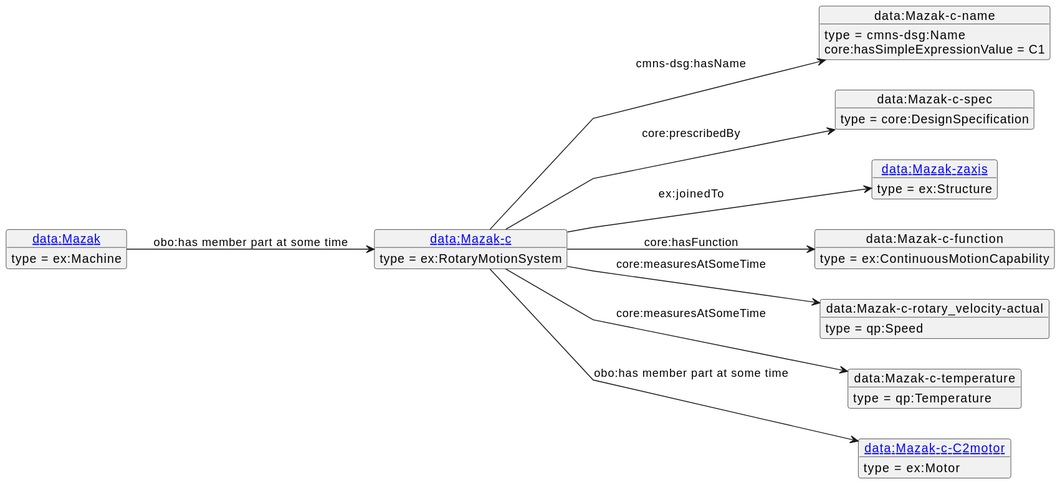
Before: diagrams/Mazak-c.svg, a diagram exported from PlantUML (iofoundry/example-syseng-mtconnect). The source it was exported from:
```plantuml
@startuml
skinparam linetype polyline
left to right direction
object "[[./Mazak-c.html data:Mazak-c]]" as o1 {
 type = ex:RotaryMotionSystem
 }
object "data:Mazak-c-name" as o2 {
 type = cmns-dsg:Name
 }
object "data:Mazak-c-spec" as o3 {
 type = core:DesignSpecification
 }
object "[[./Mazak-zaxis.html data:Mazak-zaxis]]" as o4 {
 type = ex:Structure
 }
object "data:Mazak-c-function" as o5 {
 type = ex:ContinuousMotionCapability
 }
object "data:Mazak-c-rotary_velocity-actual" as o6 {
 type = qp:Speed
 }
object "data:Mazak-c-temperature" as o7 {
 type = qp:Temperature
 }
object "[[./Mazak-c-C2motor.html data:Mazak-c-C2motor]]" as o8 {
 type = ex:Motor
 }
object "[[./Mazak.html data:Mazak]]" as o9 {
 type = ex:Machine
 }
o1 --> o2 : cmns-dsg:hasName
o2 : core:hasSimpleExpressionValue = C1
o1 --> o3 : core:prescribedBy
o1 --> o4 : ex:joinedTo
o1 --> o5 : core:hasFunction
o1 --> o6 : core:measuresAtSomeTime
o1 --> o7 : core:measuresAtSomeTime
o1 --> o8 : obo:has member part at some time
o9 --> o1 : obo:has member part at some time
@enduml
```
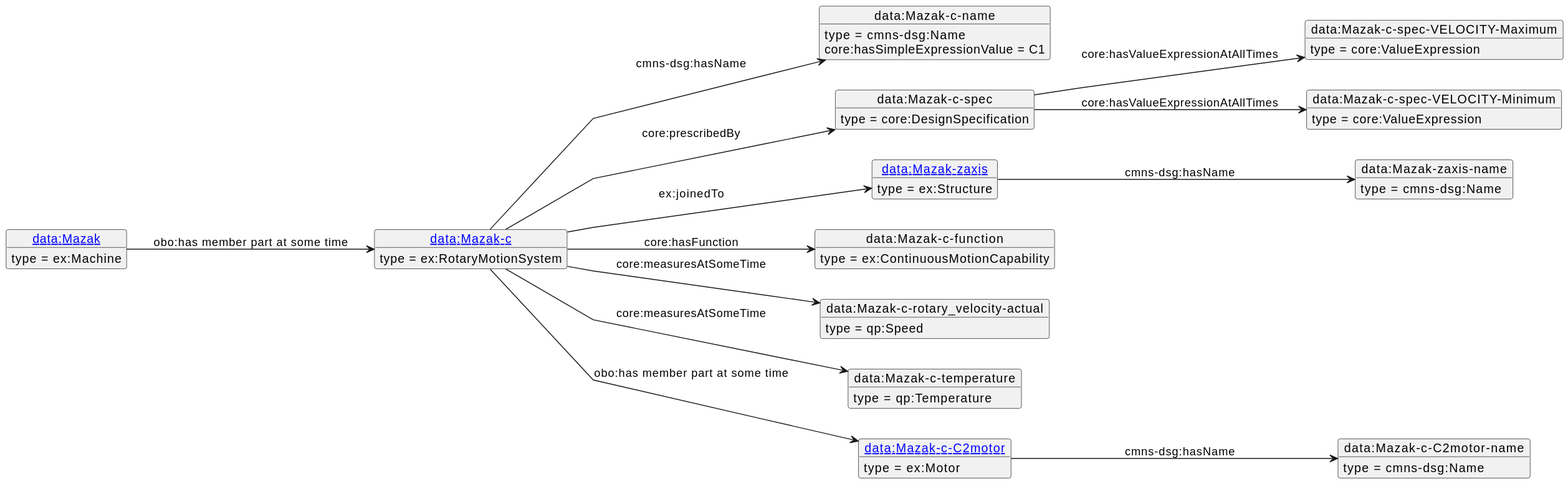
Later version of the same file.

What changed in the source:
```diff
@@ -10,31 +10,47 @@
 object "data:Mazak-c-spec" as o3 {
  type = core:DesignSpecification
  }
-object "[[./Mazak-zaxis.html data:Mazak-zaxis]]" as o4 {
+object "data:Mazak-c-spec-VELOCITY-Maximum" as o4 {
+ type = core:ValueExpression
+ }
+object "data:Mazak-c-spec-VELOCITY-Minimum" as o5 {
+ type = core:ValueExpression
+ }
+object "[[./Mazak-zaxis.html data:Mazak-zaxis]]" as o6 {
  type = ex:Structure
  }
-object "data:Mazak-c-function" as o5 {
+object "data:Mazak-zaxis-name" as o7 {
+ type = cmns-dsg:Name
+ }
+object "data:Mazak-c-function" as o8 {
  type = ex:ContinuousMotionCapability
  }
-object "data:Mazak-c-rotary_velocity-actual" as o6 {
+object "data:Mazak-c-rotary_velocity-actual" as o9 {
  type = qp:Speed
  }
-object "data:Mazak-c-temperature" as o7 {
+object "data:Mazak-c-temperature" as o10 {
  type = qp:Temperature
  }
-object "[[./Mazak-c-C2motor.html data:Mazak-c-C2motor]]" as o8 {
+object "[[./Mazak-c-C2motor.html data:Mazak-c-C2motor]]" as o11 {
  type = ex:Motor
  }
-object "[[./Mazak.html data:Mazak]]" as o9 {
+object "data:Mazak-c-C2motor-name" as o12 {
+ type = cmns-dsg:Name
+ }
+object "[[./Mazak.html data:Mazak]]" as o13 {
  type = ex:Machine
  }
 o1 --> o2 : cmns-dsg:hasName
 o2 : core:hasSimpleExpressionValue = C1
 o1 --> o3 : core:prescribedBy
-o1 --> o4 : ex:joinedTo
-o1 --> o5 : core:hasFunction
-o1 --> o6 : core:measuresAtSomeTime
-o1 --> o7 : core:measuresAtSomeTime
-o1 --> o8 : obo:has member part at some time
-o9 --> o1 : obo:has member part at some time
+o3 --> o4 : core:hasValueExpressionAtAllTimes
+o3 --> o5 : core:hasValueExpressionAtAllTimes
+o1 --> o6 : ex:joinedTo
+o6 --> o7 : cmns-dsg:hasName
+o1 --> o8 : core:hasFunction
+o1 --> o9 : core:measuresAtSomeTime
+o1 --> o10 : core:measuresAtSomeTime
+o1 --> o11 : obo:has member part at some time
+o11 --> o12 : cmns-dsg:hasName
+o13 --> o1 : obo:has member part at some time
 @enduml
```
